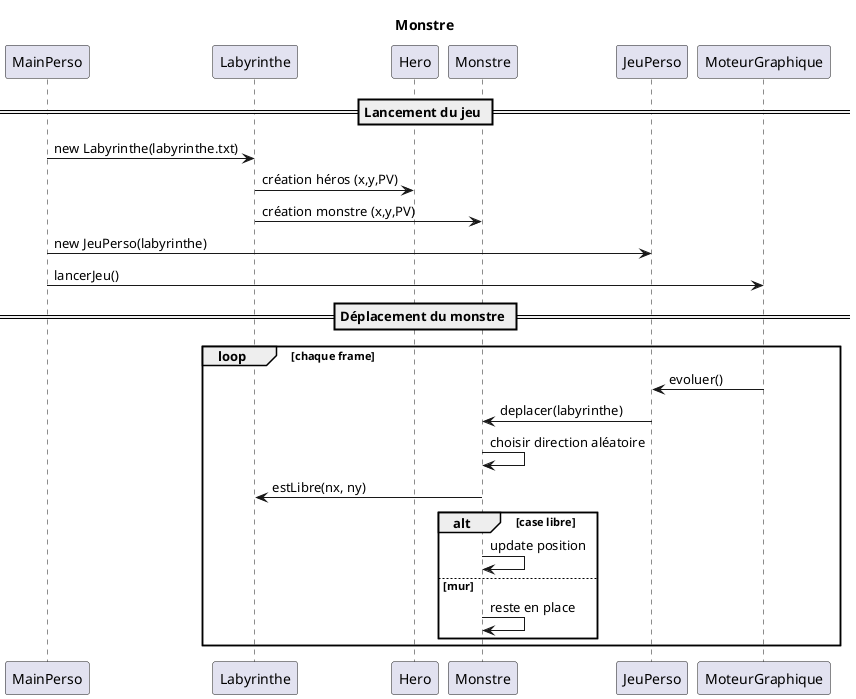
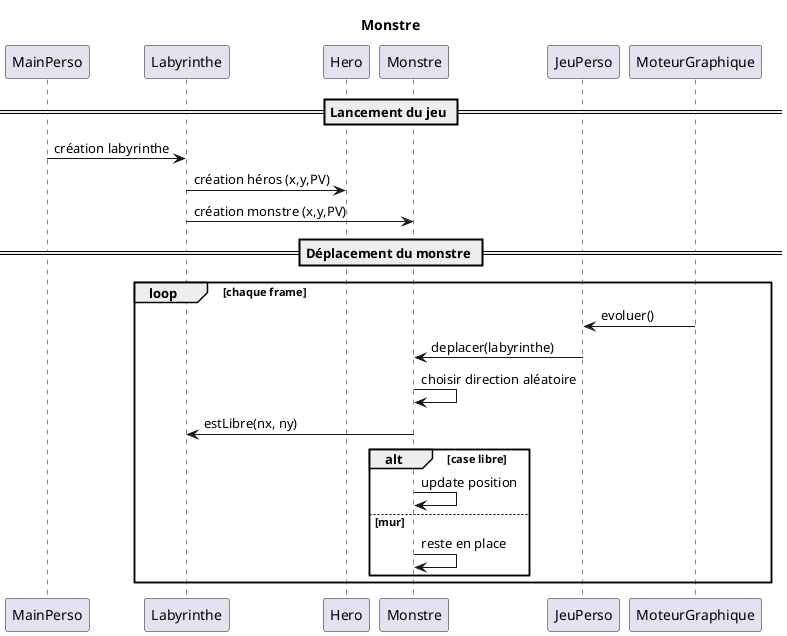
@startuml


title Monstre
participant MainPerso
participant Labyrinthe
participant Hero
participant Monstre
participant JeuPerso
participant MoteurGraphique

== Lancement du jeu ==



- MainPerso -> Labyrinthe : new Labyrinthe(labyrinthe.txt)
+ MainPerso -> Labyrinthe : création labyrinthe

Labyrinthe -> Hero : création héros (x,y,PV)
Labyrinthe -> Monstre : création monstre (x,y,PV)

- MainPerso -> JeuPerso : new JeuPerso(labyrinthe)
- MainPerso -> MoteurGraphique : lancerJeu()
+ 



== Déplacement du monstre ==

loop chaque frame

    MoteurGraphique -> JeuPerso : evoluer()

    JeuPerso -> Monstre : deplacer(labyrinthe)

    Monstre -> Monstre : choisir direction aléatoire

    Monstre -> Labyrinthe : estLibre(nx, ny)

    alt case libre
        Monstre -> Monstre : update position
    else mur
        Monstre -> Monstre : reste en place
    end

end

@enduml